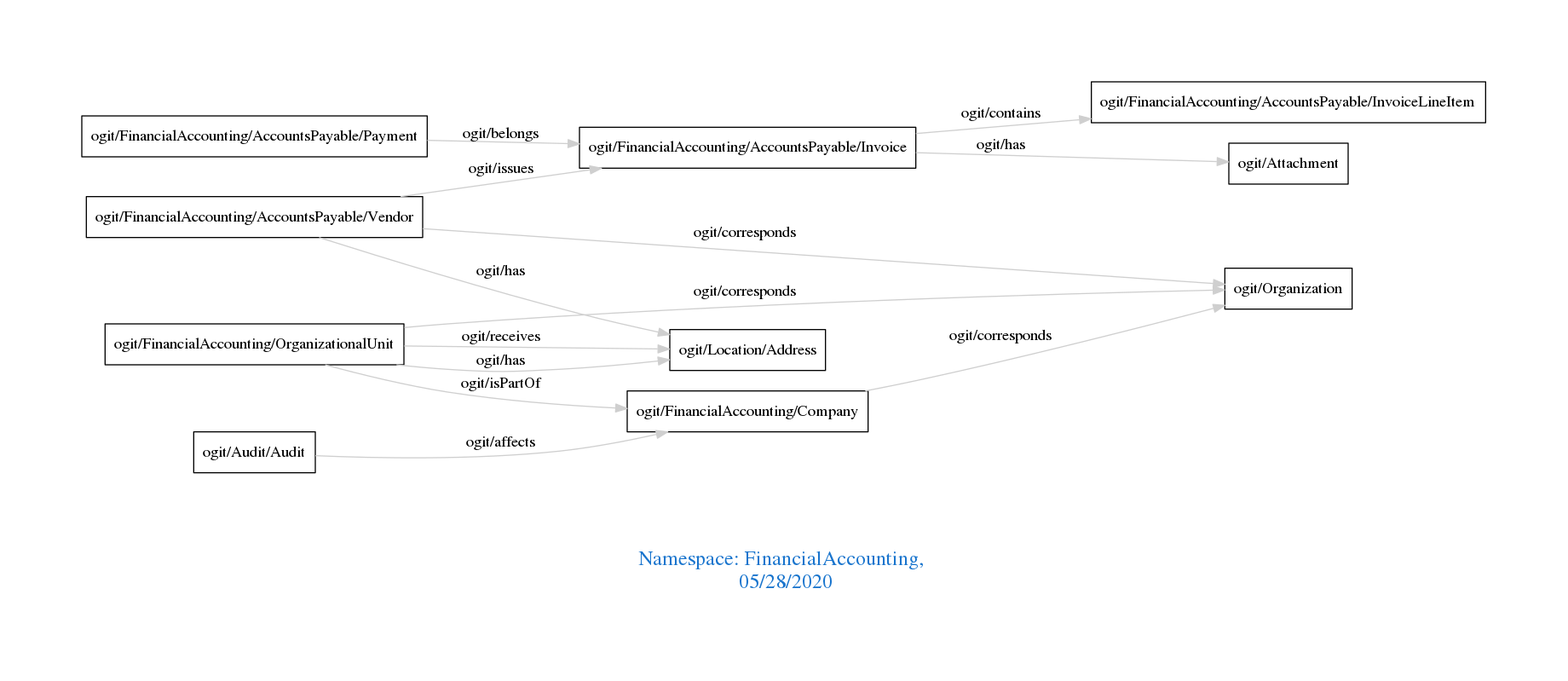
arago/OGIT keeps this Graphviz diagram as downloads/FinancialAccounting.png. Above is the earlier version. Its source is kept beside it as downloads/FinancialAccounting.dot.
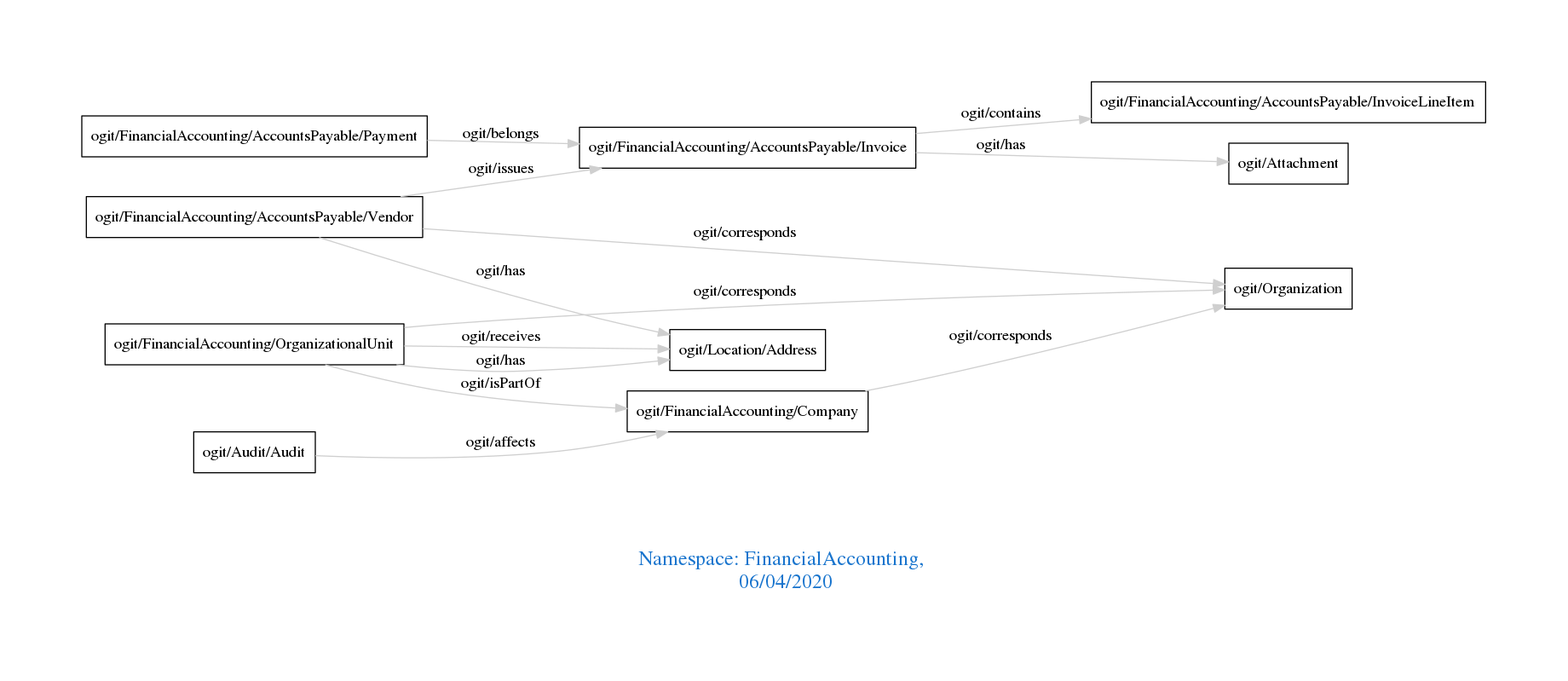
Later version of the same file.

The edit, as a diff of the source:
```diff
@@ -1,7 +1,7 @@
 digraph OGIT_ontology {
  graph [ rankdir= LR,pad=1
 fontsize = 18,
-fontcolor= dodgerblue3,label = "\n\n\nNamespace: FinancialAccounting, \n 05/28/2020"];
+fontcolor= dodgerblue3,label = "\n\n\nNamespace: FinancialAccounting, \n 06/04/2020"];
 node[shape=polygon];
 edge [  color="gray81"];
 
```
